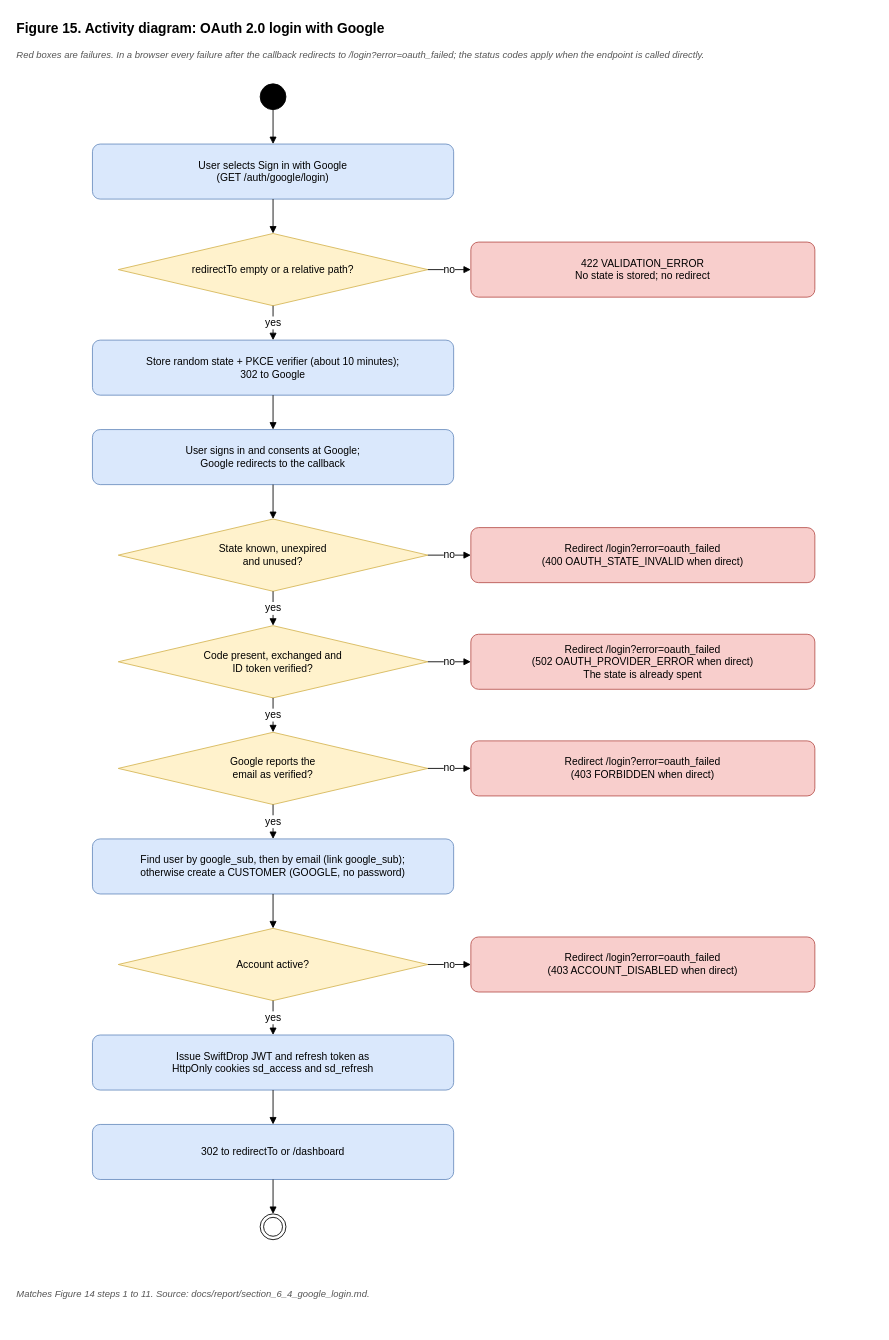
Above: docs/diagrams/figure-15-google-login-activity.drawio in Vineth-R/swiftdrop (draw.io), before the change. Source tidied: cells renumbered, new cells numbered last; positions are measured from the earlier drawing's top-left corner, leaving out a move shared by most shapes. Both pictures are drawn from the tidied source at 86%, with x=0, y=0 at pixel (15, 15).
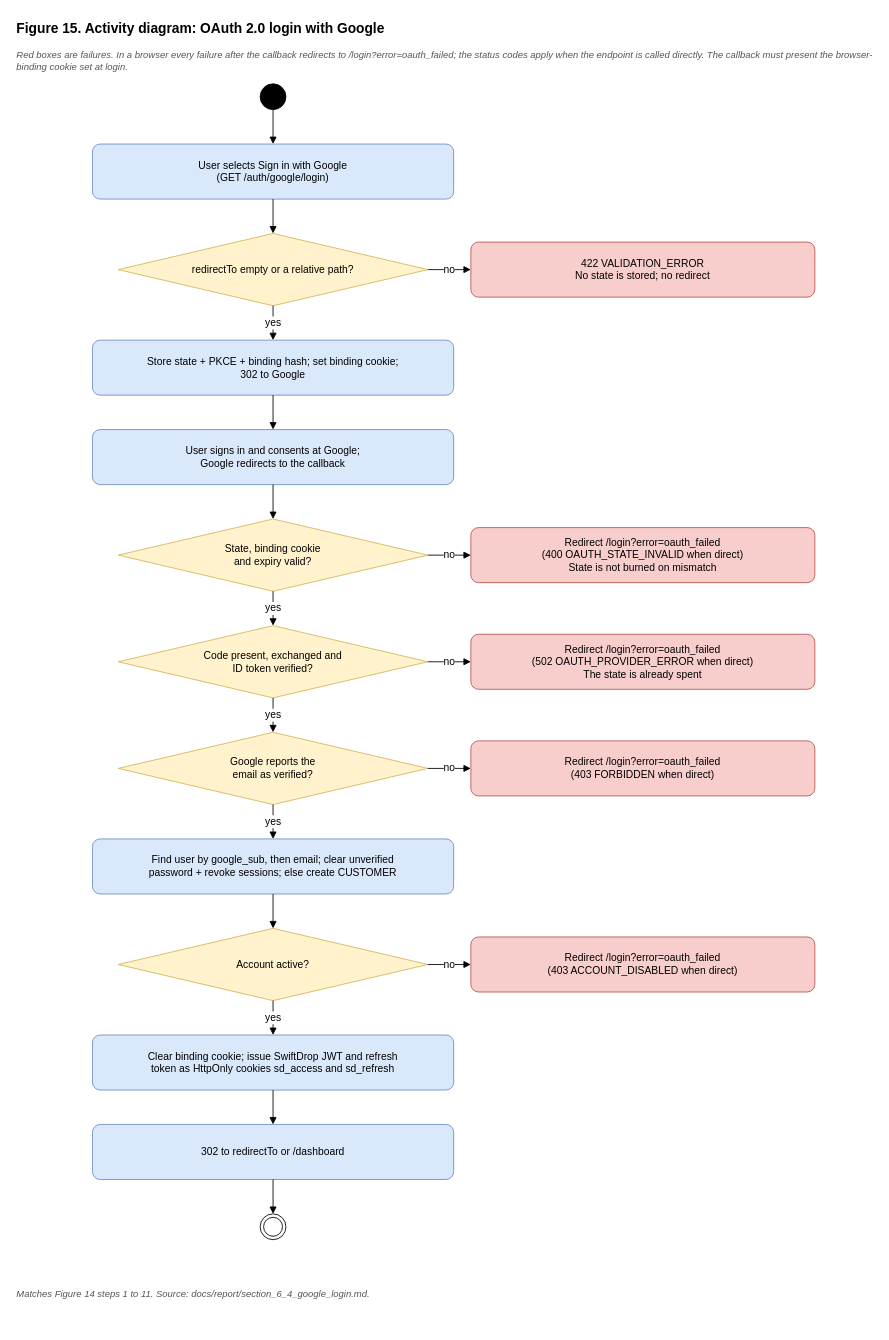
The same page after the edit.

Commit message (it also covers changes not shown here):
docs(m3): reconcile Google login report with browser binding and secure linking

The edit, as a diff of the source:
```diff
@@
-    <mxCell id="3" value="Red boxes are failures. In a browser every failure after the callback redirects to /login?error=oauth_failed; the status codes apply when the endpoint is called directly." style="text;html=1;align=left;verticalAlign=top;whiteSpace=wrap;fontSize=11;fontStyle=2;fontColor=#555555;fontFamily=Helvetica;" parent="1" vertex="1">
+    <mxCell id="3" value="Red boxes are failures. In a browser every failure after the callback redirects to /login?error=oauth_failed; the status codes apply when the endpoint is called directly. The callback must present the browser-binding cookie set at login." style="text;html=1;align=left;verticalAlign=top;whiteSpace=wrap;fontSize=11;fontStyle=2;fontColor=#555555;fontFamily=Helvetica;" parent="1" vertex="1">
       <mxGeometry y="34" width="1000" height="20" as="geometry" />
     </mxCell>
@@
-    <mxCell id="11" value="Store random state + PKCE verifier (about 10 minutes);&lt;br&gt;302 to Google" style="rounded=1;arcSize=14;fillColor=#dae8fc;strokeColor=#6c8ebf;fontFamily=Helvetica;fontSize=12;html=1;whiteSpace=wrap;" parent="1" vertex="1">
+    <mxCell id="11" value="Store state + PKCE + binding hash; set binding cookie;&lt;br&gt;302 to Google" style="rounded=1;arcSize=14;fillColor=#dae8fc;strokeColor=#6c8ebf;fontFamily=Helvetica;fontSize=12;html=1;whiteSpace=wrap;" parent="1" vertex="1">
       <mxGeometry x="90" y="378" width="420" height="64" as="geometry" />
     </mxCell>
@@
-    <mxCell id="15" value="State known, unexpired&lt;br&gt;and unused?" style="rhombus;fillColor=#fff2cc;strokeColor=#d6b656;fontFamily=Helvetica;fontSize=12;html=1;whiteSpace=wrap;" parent="1" vertex="1">
+    <mxCell id="15" value="State, binding cookie&lt;br&gt;and expiry valid?" style="rhombus;fillColor=#fff2cc;strokeColor=#d6b656;fontFamily=Helvetica;fontSize=12;html=1;whiteSpace=wrap;" parent="1" vertex="1">
       <mxGeometry x="120" y="586" width="360" height="84" as="geometry" />
     </mxCell>
@@
-    <mxCell id="17" value="Redirect /login?error=oauth_failed&lt;br&gt;(400 OAUTH_STATE_INVALID when direct)" style="rounded=1;arcSize=14;fillColor=#f8cecc;strokeColor=#b85450;fontFamily=Helvetica;fontSize=12;html=1;whiteSpace=wrap;" parent="1" vertex="1">
+    <mxCell id="17" value="Redirect /login?error=oauth_failed&lt;br&gt;(400 OAUTH_STATE_INVALID when direct)&lt;br&gt;State is not burned on mismatch" style="rounded=1;arcSize=14;fillColor=#f8cecc;strokeColor=#b85450;fontFamily=Helvetica;fontSize=12;html=1;whiteSpace=wrap;" parent="1" vertex="1">
       <mxGeometry x="530" y="596" width="400" height="64" as="geometry" />
     </mxCell>
@@
-    <mxCell id="27" value="Find user by google_sub, then by email (link google_sub);&lt;br&gt;otherwise create a CUSTOMER (GOOGLE, no password)" style="rounded=1;arcSize=14;fillColor=#dae8fc;strokeColor=#6c8ebf;fontFamily=Helvetica;fontSize=12;html=1;whiteSpace=wrap;" parent="1" vertex="1">
+    <mxCell id="27" value="Find user by google_sub, then email; clear unverified&lt;br&gt;password + revoke sessions; else create CUSTOMER" style="rounded=1;arcSize=14;fillColor=#dae8fc;strokeColor=#6c8ebf;fontFamily=Helvetica;fontSize=12;html=1;whiteSpace=wrap;" parent="1" vertex="1">
       <mxGeometry x="90" y="958" width="420" height="64" as="geometry" />
     </mxCell>
@@
-    <mxCell id="33" value="Issue SwiftDrop JWT and refresh token as&lt;br&gt;HttpOnly cookies sd_access and sd_refresh" style="rounded=1;arcSize=14;fillColor=#dae8fc;strokeColor=#6c8ebf;fontFamily=Helvetica;fontSize=12;html=1;whiteSpace=wrap;" parent="1" vertex="1">
+    <mxCell id="33" value="Clear binding cookie; issue SwiftDrop JWT and refresh&lt;br&gt;token as HttpOnly cookies sd_access and sd_refresh" style="rounded=1;arcSize=14;fillColor=#dae8fc;strokeColor=#6c8ebf;fontFamily=Helvetica;fontSize=12;html=1;whiteSpace=wrap;" parent="1" vertex="1">
       <mxGeometry x="90" y="1186" width="420" height="64" as="geometry" />
     </mxCell>
```
